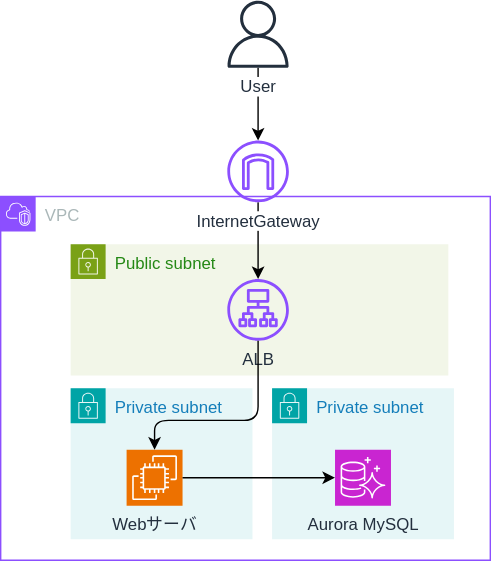
Before: aws-architecture.drawio.svg, a diagram exported from draw.io (fujkmex/drawio-sample). Source tidied: cells renumbered, new cells last; positions are measured from the earlier drawing's top-left corner, leaving out a move shared by most shapes. Its diagram source:
```xml
<mxGraphModel>
  <root>
    <mxCell id="0" />
    <mxCell id="1" parent="0" />
    <mxCell id="2" value="VPC" style="gradientColor=none;html=1;whiteSpace=wrap;fontSize=12;fontStyle=0;shape=mxgraph.aws4.group;grIcon=mxgraph.aws4.group_vpc2;strokeColor=#8C4FFF;fillColor=none;verticalAlign=top;align=left;spacingLeft=30;fontColor=#AAB7B8;dashed=0;" parent="1" vertex="1">
      <mxGeometry y="140" width="350" height="260" as="geometry" />
    </mxCell>
    <mxCell id="3" value="Public subnet" style="gradientColor=none;html=1;whiteSpace=wrap;fontSize=12;fontStyle=0;shape=mxgraph.aws4.group;grIcon=mxgraph.aws4.group_security_group;grStroke=0;strokeColor=#7AA116;fillColor=#F2F6E8;verticalAlign=top;align=left;spacingLeft=30;fontColor=#248814;dashed=0;" parent="2" vertex="1">
      <mxGeometry x="50" y="34" width="270" height="94" as="geometry" />
    </mxCell>
    <mxCell id="4" value="ALB" style="sketch=0;outlineConnect=0;fontColor=#232F3E;gradientColor=none;fillColor=#8C4FFF;strokeColor=none;dashed=0;verticalLabelPosition=bottom;verticalAlign=top;align=center;html=1;fontSize=12;fontStyle=0;shape=mxgraph.aws4.application_load_balancer;" parent="3" vertex="1">
      <mxGeometry x="112" y="25" width="44" height="44" as="geometry" />
    </mxCell>
    <mxCell id="5" value="Private subnet" style="gradientColor=none;html=1;whiteSpace=wrap;fontSize=12;fontStyle=0;shape=mxgraph.aws4.group;grIcon=mxgraph.aws4.group_security_group;grStroke=0;strokeColor=#00A4A6;fillColor=#E6F6F7;verticalAlign=top;align=left;spacingLeft=30;fontColor=#147EBA;dashed=0;" parent="2" vertex="1">
      <mxGeometry x="50" y="137" width="130" height="108" as="geometry" />
    </mxCell>
    <mxCell id="6" value="Webサーバ" style="sketch=0;points=[[0,0,0],[0.25,0,0],[0.5,0,0],[0.75,0,0],[1,0,0],[0,1,0],[0.25,1,0],[0.5,1,0],[0.75,1,0],[1,1,0],[0,0.25,0],[0,0.5,0],[0,0.75,0],[1,0.25,0],[1,0.5,0],[1,0.75,0]];outlineConnect=0;fontColor=#232F3E;fillColor=#ED7100;strokeColor=#ffffff;dashed=0;verticalLabelPosition=bottom;verticalAlign=top;align=center;html=1;fontSize=12;fontStyle=0;shape=mxgraph.aws4.resourceIcon;resIcon=mxgraph.aws4.ec2;" parent="5" vertex="1">
      <mxGeometry x="40" y="44" width="40" height="40" as="geometry" />
    </mxCell>
    <mxCell id="7" value="Private subnet" style="gradientColor=none;html=1;whiteSpace=wrap;fontSize=12;fontStyle=0;shape=mxgraph.aws4.group;grIcon=mxgraph.aws4.group_security_group;grStroke=0;strokeColor=#00A4A6;fillColor=#E6F6F7;verticalAlign=top;align=left;spacingLeft=30;fontColor=#147EBA;dashed=0;" parent="2" vertex="1">
      <mxGeometry x="194" y="137" width="130" height="108" as="geometry" />
    </mxCell>
    <mxCell id="8" value="Aurora MySQL" style="sketch=0;points=[[0,0,0],[0.25,0,0],[0.5,0,0],[0.75,0,0],[1,0,0],[0,1,0],[0.25,1,0],[0.5,1,0],[0.75,1,0],[1,1,0],[0,0.25,0],[0,0.5,0],[0,0.75,0],[1,0.25,0],[1,0.5,0],[1,0.75,0]];outlineConnect=0;fontColor=#232F3E;fillColor=#C925D1;strokeColor=#ffffff;dashed=0;verticalLabelPosition=bottom;verticalAlign=top;align=center;html=1;fontSize=12;fontStyle=0;shape=mxgraph.aws4.resourceIcon;resIcon=mxgraph.aws4.aurora;" parent="7" vertex="1">
      <mxGeometry x="45" y="44" width="40" height="40" as="geometry" />
    </mxCell>
    <mxCell id="9" style="edgeStyle=orthogonalEdgeStyle;html=1;entryX=0.5;entryY=0;entryDx=0;entryDy=0;entryPerimeter=0;" parent="2" edge="1" source="4" target="6">
      <mxGeometry relative="1" as="geometry">
        <Array as="points">
          <mxPoint x="184" y="160" />
          <mxPoint x="110" y="160" />
        </Array>
      </mxGeometry>
    </mxCell>
    <mxCell id="10" style="edgeStyle=none;html=1;" parent="2" edge="1" source="6" target="8">
      <mxGeometry relative="1" as="geometry" />
    </mxCell>
    <mxCell id="11" style="edgeStyle=none;html=1;" parent="1" edge="1" source="12" target="4">
      <mxGeometry relative="1" as="geometry" />
    </mxCell>
    <mxCell id="12" value="&lt;span style=&quot;background-color: light-dark(#ffffff, var(--ge-dark-color, #121212));&quot;&gt;InternetGateway&lt;/span&gt;" style="sketch=0;outlineConnect=0;fontColor=#232F3E;gradientColor=none;fillColor=#8C4FFF;strokeColor=none;dashed=0;verticalLabelPosition=bottom;verticalAlign=top;align=center;html=1;fontSize=12;fontStyle=0;shape=mxgraph.aws4.internet_gateway;" parent="1" vertex="1">
      <mxGeometry x="162" y="100" width="44" height="44" as="geometry" />
    </mxCell>
    <mxCell id="13" style="edgeStyle=none;html=1;" parent="1" edge="1" source="14" target="12">
      <mxGeometry relative="1" as="geometry" />
    </mxCell>
    <mxCell id="14" value="&lt;span style=&quot;background-color: light-dark(#ffffff, var(--ge-dark-color, #121212));&quot;&gt;User&lt;/span&gt;" style="sketch=0;outlineConnect=0;fontColor=#232F3E;gradientColor=none;fillColor=#232F3D;strokeColor=none;dashed=0;verticalLabelPosition=bottom;verticalAlign=top;align=center;html=1;fontSize=12;fontStyle=0;shape=mxgraph.aws4.user;" parent="1" vertex="1">
      <mxGeometry x="160" width="48" height="48" as="geometry" />
    </mxCell>
  </root>
</mxGraphModel>
```
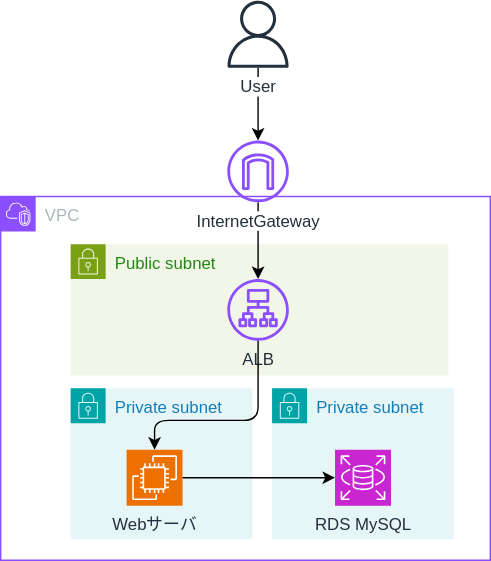
Later version of the same file.

What changed in the source:
```diff
@@ -20,9 +20,9 @@
     <mxCell id="7" value="Private subnet" style="gradientColor=none;html=1;whiteSpace=wrap;fontSize=12;fontStyle=0;shape=mxgraph.aws4.group;grIcon=mxgraph.aws4.group_security_group;grStroke=0;strokeColor=#00A4A6;fillColor=#E6F6F7;verticalAlign=top;align=left;spacingLeft=30;fontColor=#147EBA;dashed=0;" parent="2" vertex="1">
       <mxGeometry x="194" y="137" width="130" height="108" as="geometry" />
     </mxCell>
-    <mxCell id="8" value="Aurora MySQL" style="sketch=0;points=[[0,0,0],[0.25,0,0],[0.5,0,0],[0.75,0,0],[1,0,0],[0,1,0],[0.25,1,0],[0.5,1,0],[0.75,1,0],[1,1,0],[0,0.25,0],[0,0.5,0],[0,0.75,0],[1,0.25,0],[1,0.5,0],[1,0.75,0]];outlineConnect=0;fontColor=#232F3E;fillColor=#C925D1;strokeColor=#ffffff;dashed=0;verticalLabelPosition=bottom;verticalAlign=top;align=center;html=1;fontSize=12;fontStyle=0;shape=mxgraph.aws4.resourceIcon;resIcon=mxgraph.aws4.aurora;" parent="7" vertex="1">
-      <mxGeometry x="45" y="44" width="40" height="40" as="geometry" />
-    </mxCell>
+    <mxCell id="15" value="RDS MySQL" style="sketch=0;fontColor=#232F3E;fillColor=#C925D1;strokeColor=#ffffff;dashed=0;verticalLabelPosition=bottom;verticalAlign=top;align=center;html=1;fontSize=12;fontStyle=0;shape=mxgraph.aws4.resourceIcon;resIcon=mxgraph.aws4.rds;" parent="7" vertex="1">
+      <mxGeometry x="45" y="44" width="40" height="40" as="geometry" />
+    </mxCell>
     <mxCell id="9" style="edgeStyle=orthogonalEdgeStyle;html=1;entryX=0.5;entryY=0;entryDx=0;entryDy=0;entryPerimeter=0;" parent="2" edge="1" source="4" target="6">
       <mxGeometry relative="1" as="geometry">
         <Array as="points">
@@ -31,8 +31,10 @@
         </Array>
       </mxGeometry>
     </mxCell>
-    <mxCell id="10" style="edgeStyle=none;html=1;" parent="2" edge="1" source="6" target="8">
-      <mxGeometry relative="1" as="geometry" />
+    <mxCell id="10" style="edgeStyle=none;html=1;" parent="2" edge="1" source="6">
+      <mxGeometry relative="1" as="geometry">
+        <mxPoint x="239" y="201" as="targetPoint" />
+      </mxGeometry>
     </mxCell>
     <mxCell id="11" style="edgeStyle=none;html=1;" parent="1" edge="1" source="12" target="4">
       <mxGeometry relative="1" as="geometry" />
```
